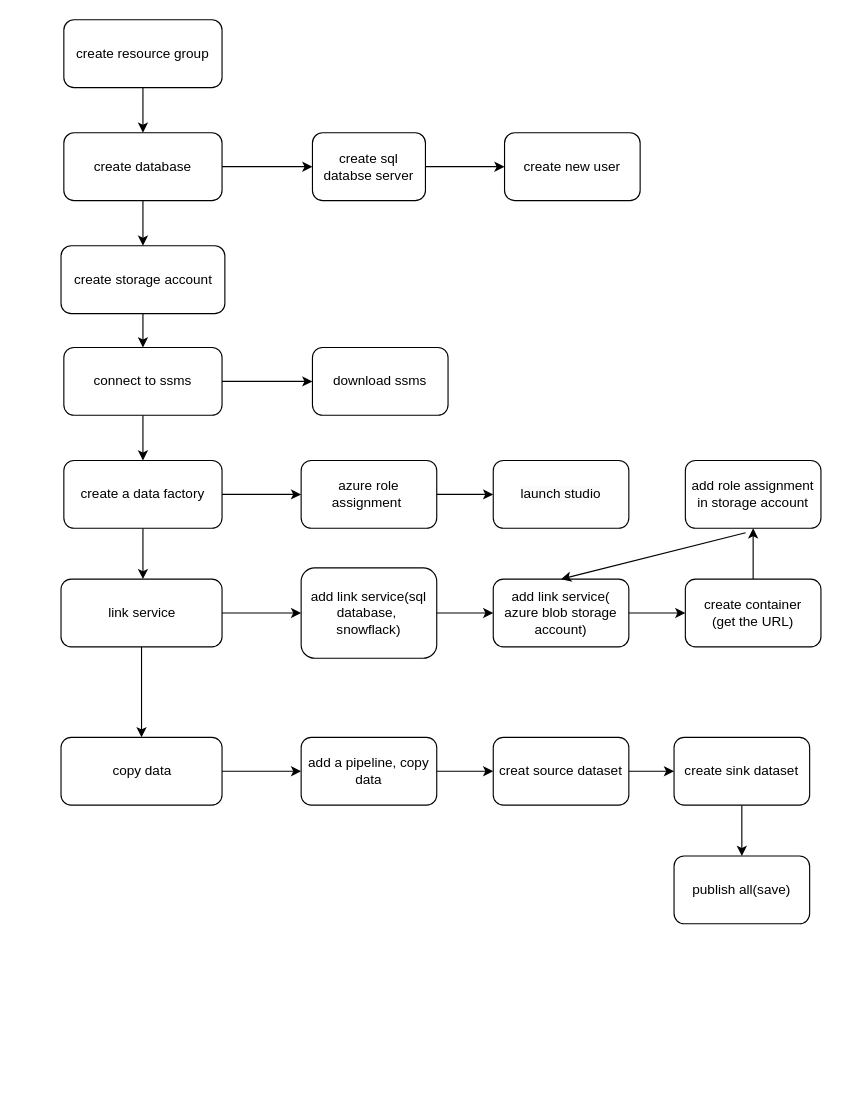
yrenn/Azure_set_up keeps this draw.io diagram as images/flow_chart.drawio. Above is the earlier version. Source tidied: cells renumbered, new cells numbered last; positions are measured from the earlier drawing's top-left corner, leaving out a move shared by most shapes. Both pictures are drawn from the tidied source at 113%, with x=0, y=0 at pixel (61, 19).
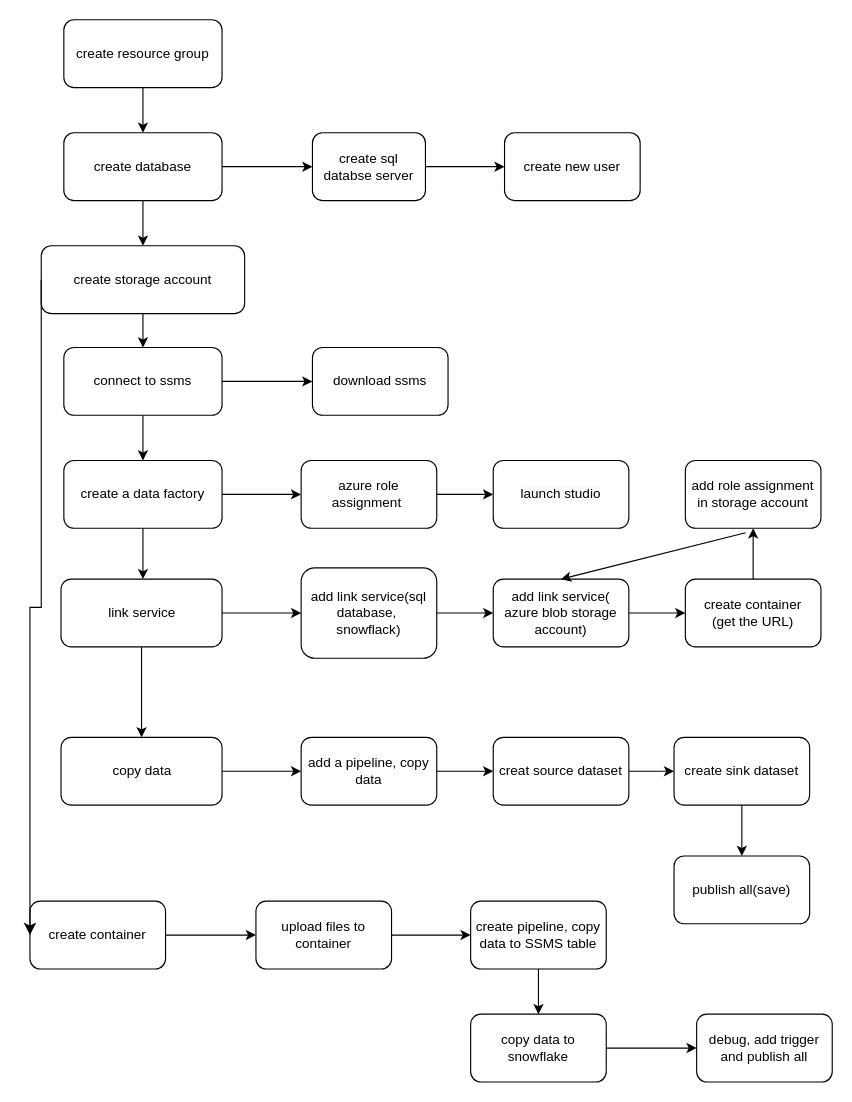
The same page after the edit.

What changed in the source:
```diff
@@
     <mxCell id="15" value="create storage account" style="whiteSpace=wrap;html=1;rounded=1;" parent="1" vertex="1">
-      <mxGeometry x="-0.5" y="200" width="145" height="60" as="geometry" />
+      <mxGeometry x="-18" y="200" width="180" height="60" as="geometry" />
     </mxCell>
@@
+    <mxCell id="42" style="edgeStyle=orthogonalEdgeStyle;rounded=0;jettySize=auto;html=1;" parent="1" edge="1" source="43" target="46">
+      <mxGeometry relative="1" as="geometry" />
+    </mxCell>
+    <mxCell id="43" value="create container" style="rounded=1;whiteSpace=wrap;html=1;" parent="1" vertex="1">
+      <mxGeometry x="-28" y="780" width="120" height="60" as="geometry" />
+    </mxCell>
+    <mxCell id="44" style="edgeStyle=elbowEdgeStyle;elbow=vertical;endArrow=classic;html=1;curved=0;rounded=0;endSize=8;startSize=8;exitX=0;exitY=0.5;exitDx=0;exitDy=0;entryX=0;entryY=0.5;entryDx=0;entryDy=0;" parent="1" edge="1" source="15" target="43">
+      <mxGeometry relative="1" as="geometry" />
+    </mxCell>
+    <mxCell id="45" style="edgeStyle=orthogonalEdgeStyle;rounded=0;jettySize=auto;html=1;" parent="1" edge="1" source="46" target="48">
+      <mxGeometry relative="1" as="geometry" />
+    </mxCell>
+    <mxCell id="46" value="upload files to container" style="whiteSpace=wrap;html=1;rounded=1;" parent="1" vertex="1">
+      <mxGeometry x="172" y="780" width="120" height="60" as="geometry" />
+    </mxCell>
+    <mxCell id="47" style="edgeStyle=orthogonalEdgeStyle;rounded=0;jettySize=auto;html=1;" parent="1" edge="1" source="48" target="50">
+      <mxGeometry relative="1" as="geometry" />
+    </mxCell>
+    <mxCell id="48" value="create pipeline, copy data to SSMS table" style="whiteSpace=wrap;html=1;rounded=1;" parent="1" vertex="1">
+      <mxGeometry x="362" y="780" width="120" height="60" as="geometry" />
+    </mxCell>
+    <mxCell id="49" style="edgeStyle=orthogonalEdgeStyle;rounded=0;jettySize=auto;html=1;" parent="1" edge="1" source="50" target="51">
+      <mxGeometry relative="1" as="geometry" />
+    </mxCell>
+    <mxCell id="50" value="copy data to snowflake" style="whiteSpace=wrap;html=1;rounded=1;" parent="1" vertex="1">
+      <mxGeometry x="362" y="880" width="120" height="60" as="geometry" />
+    </mxCell>
+    <mxCell id="51" value="debug, add trigger and publish all" style="whiteSpace=wrap;html=1;rounded=1;" parent="1" vertex="1">
+      <mxGeometry x="562" y="880" width="120" height="60" as="geometry" />
+    </mxCell>
```
